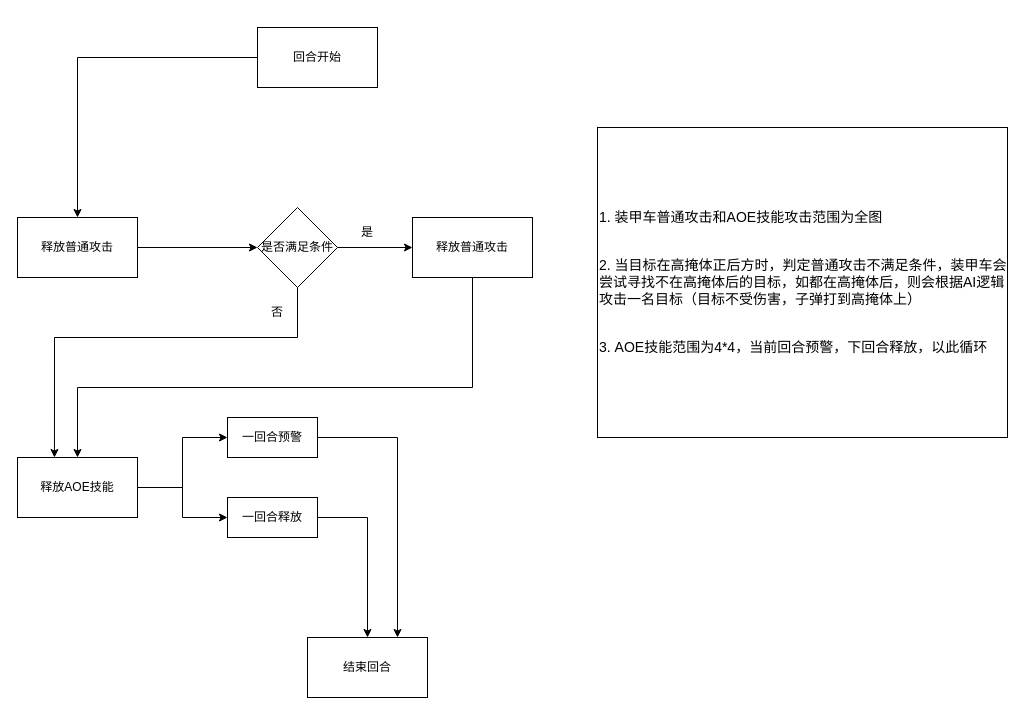
The draw.io diagram page "装甲车行为" (3 of 4) of SAI.drawio in neroZWX/-, before the edit. Source tidied: cells renumbered, new cells numbered last; positions are measured from the earlier drawing's top-left corner, leaving out a move shared by most shapes. Both pictures are drawn from the tidied source at 100%, with x=0, y=0 at pixel (17, 27).
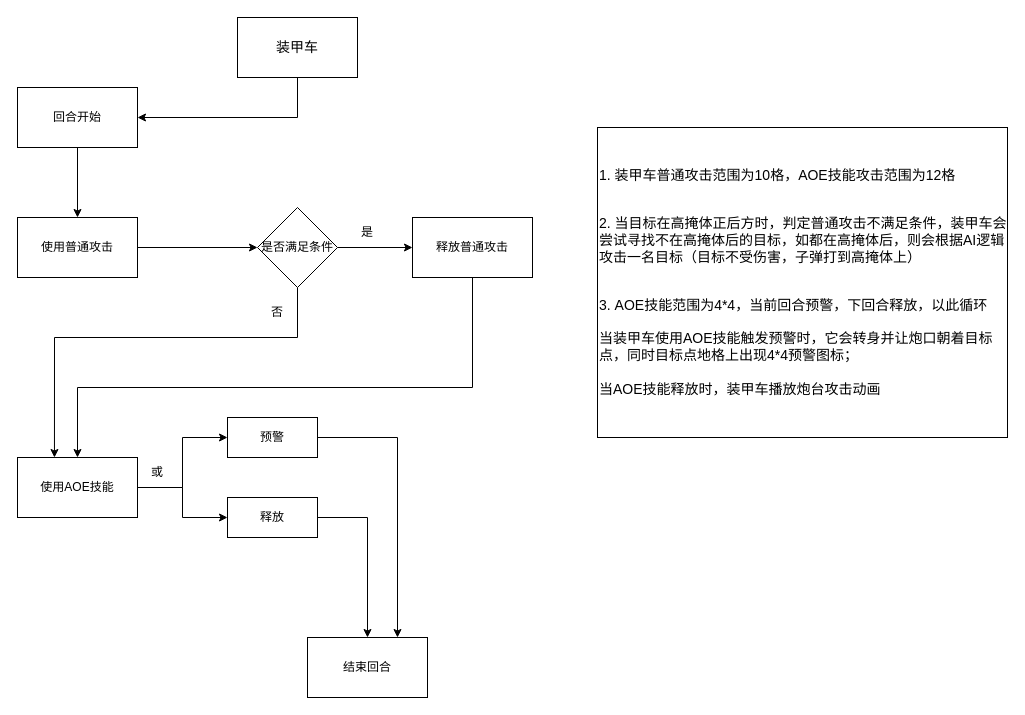
The same page after the edit.

Diff of the diagram source:
```diff
@@
     <mxCell id="3" value="回合开始" style="rounded=0;whiteSpace=wrap;html=1;" parent="1" vertex="1">
-      <mxGeometry x="240" width="120" height="60" as="geometry" />
+      <mxGeometry y="60" width="120" height="60" as="geometry" />
     </mxCell>
@@
-    <mxCell id="5" value="释放普通攻击" style="whiteSpace=wrap;html=1;rounded=0;" parent="1" vertex="1">
+    <mxCell id="5" value="使用普通攻击" style="whiteSpace=wrap;html=1;rounded=0;" parent="1" vertex="1">
       <mxGeometry y="190" width="120" height="60" as="geometry" />
     </mxCell>
@@
-    <mxCell id="8" value="释放AOE技能" style="whiteSpace=wrap;html=1;rounded=0;" parent="1" vertex="1">
+    <mxCell id="8" value="使用AOE技能" style="whiteSpace=wrap;html=1;rounded=0;" parent="1" vertex="1">
       <mxGeometry y="430" width="120" height="60" as="geometry" />
     </mxCell>
@@
-    <mxCell id="13" value="一回合预警" style="whiteSpace=wrap;html=1;rounded=0;" parent="1" vertex="1">
+    <mxCell id="13" value="预警" style="whiteSpace=wrap;html=1;rounded=0;" parent="1" vertex="1">
       <mxGeometry x="210" y="390" width="90" height="40" as="geometry" />
     </mxCell>
@@
-    <mxCell id="15" value="一回合释放" style="whiteSpace=wrap;html=1;rounded=0;" parent="1" vertex="1">
+    <mxCell id="15" value="释放" style="whiteSpace=wrap;html=1;rounded=0;" parent="1" vertex="1">
       <mxGeometry x="210" y="470" width="90" height="40" as="geometry" />
     </mxCell>
@@
-    <mxCell id="21" value="&lt;span style=&quot;font-size: 14px&quot;&gt;1. 装甲车普通攻击和AOE技能攻击范围为全图&lt;/span&gt;&lt;br&gt;&lt;br&gt;&lt;span style=&quot;font-size: 14px&quot;&gt;&lt;br&gt;&lt;/span&gt;&lt;span style=&quot;font-size: 14px&quot;&gt;2. 当目标在高掩体正后方时，判定普通攻击不满足条件，装甲车会尝试寻找不在高掩体后的目标，如都在高掩体后，则会根据AI逻辑攻击一名目标（目标不受伤害，子弹打到高掩体上）&lt;/span&gt;&lt;br&gt;&lt;br&gt;&lt;span style=&quot;font-size: 14px&quot;&gt;&lt;br&gt;&lt;/span&gt;&lt;span style=&quot;font-size: 14px&quot;&gt;3. AOE技能范围为4*4，当前回合预警，下回合释放，以此循环&lt;/span&gt;" style="rounded=0;whiteSpace=wrap;html=1;align=left;" parent="1" vertex="1">
+    <mxCell id="21" value="&lt;span style=&quot;font-size: 14px&quot;&gt;1. 装甲车普通攻击范围为10格，AOE技能攻击范围为12格&lt;/span&gt;&lt;br&gt;&lt;br&gt;&lt;span style=&quot;font-size: 14px&quot;&gt;&lt;br&gt;&lt;/span&gt;&lt;span style=&quot;font-size: 14px&quot;&gt;2. 当目标在高掩体正后方时，判定普通攻击不满足条件，装甲车会尝试寻找不在高掩体后的目标，如都在高掩体后，则会根据AI逻辑攻击一名目标（目标不受伤害，子弹打到高掩体上）&lt;/span&gt;&lt;br&gt;&lt;br&gt;&lt;span style=&quot;font-size: 14px&quot;&gt;&lt;br&gt;&lt;/span&gt;&lt;span style=&quot;font-size: 14px&quot;&gt;3. AOE技能范围为4*4，当前回合预警，下回合释放，以此循环&lt;br&gt;&lt;br&gt;当装甲车使用AOE技能触发预警时，它会转身并让炮口朝着目标点，同时目标点地格上出现4*4预警图标；&lt;br&gt;&lt;br&gt;当AOE技能释放时，装甲车播放炮台攻击动画&lt;br&gt;&lt;/span&gt;" style="rounded=0;whiteSpace=wrap;html=1;align=left;" parent="1" vertex="1">
       <mxGeometry x="580" y="100" width="410" height="310" as="geometry" />
     </mxCell>
+    <mxCell id="22" style="edgeStyle=orthogonalEdgeStyle;rounded=0;jettySize=auto;html=1;exitX=0.5;exitY=1;exitDx=0;exitDy=0;entryX=1;entryY=0.5;entryDx=0;entryDy=0;fontSize=14;" parent="1" edge="1" source="23" target="3">
+      <mxGeometry relative="1" as="geometry" />
+    </mxCell>
+    <mxCell id="23" value="装甲车" style="rounded=0;whiteSpace=wrap;html=1;fontSize=14;align=center;" parent="1" vertex="1">
+      <mxGeometry x="220" y="-10" width="120" height="60" as="geometry" />
+    </mxCell>
+    <mxCell id="24" value="或" style="text;html=1;strokeColor=none;fillColor=none;align=center;verticalAlign=middle;whiteSpace=wrap;rounded=0;" parent="1" vertex="1">
+      <mxGeometry x="110" y="430" width="60" height="30" as="geometry" />
+    </mxCell>
```
